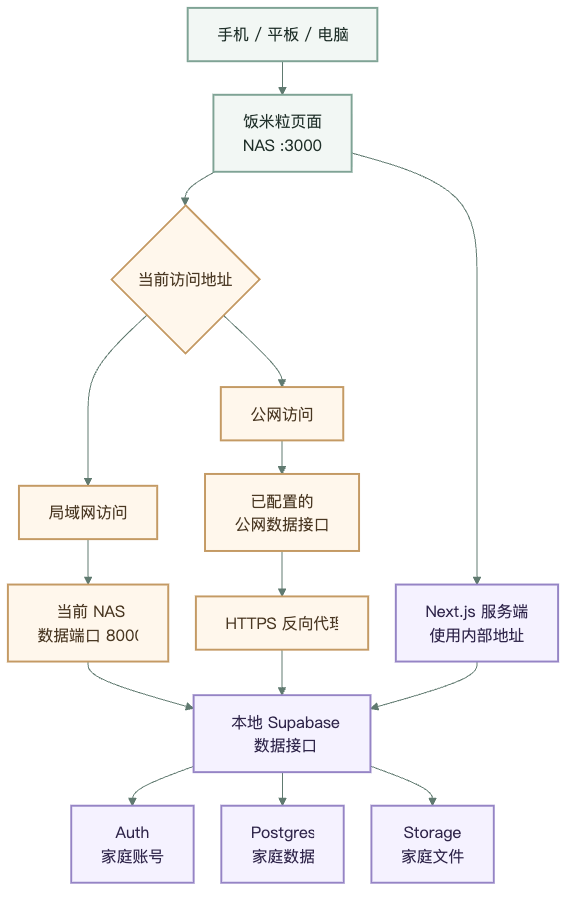
Earlier version of the Mermaid export docs/assets/local-supabase-mobile.png (sujianleo/Family). Its source is kept beside it as docs/local-supabase-mobile.mmd. The source it was exported from:
```mermaid
%%{init: {"theme": "base", "themeVariables": {"fontFamily": "system-ui, sans-serif", "primaryColor": "#F2F7F4", "primaryTextColor": "#20302A", "primaryBorderColor": "#7FA395", "lineColor": "#607A70", "secondaryColor": "#FFF7EC", "tertiaryColor": "#F5F2FF"}, "flowchart": {"curve": "basis", "nodeSpacing": 28, "rankSpacing": 34}}}%%
flowchart TB
  DEVICE["手机 / 平板 / 电脑"]
  APP["饭米粒页面<br/>NAS :3000"]
  PICK{"当前访问地址"}
  HOME["局域网访问"]
  AWAY["公网访问"]
  LAN["当前 NAS<br/>数据端口 8000　"]
  PUBLIC["已配置的<br/>公网数据接口"]
  PROXY["HTTPS 反向代理"]
  API["本地 Supabase　<br/>数据接口"]
  AUTH["Auth<br/>家庭账号"]
  DB["Postgres<br/>家庭数据"]
  STORAGE["Storage<br/>家庭文件"]
  SERVER["Next.js 服务端<br/>使用内部地址"]

  DEVICE --> APP
  APP --> PICK
  PICK --> HOME
  PICK --> AWAY
  HOME --> LAN
  AWAY --> PUBLIC
  PUBLIC --> PROXY
  LAN --> API
  PROXY --> API
  APP --> SERVER
  SERVER --> API
  API --> AUTH
  API --> DB
  API --> STORAGE

  classDef device fill:#F2F7F4,stroke:#7FA395,color:#20302A,stroke-width:2px;
  classDef route fill:#FFF7EC,stroke:#C49A64,color:#4A3823,stroke-width:2px;
  classDef service fill:#F5F2FF,stroke:#9584C5,color:#30264B,stroke-width:2px;
  class DEVICE,APP device;
  class PICK,HOME,AWAY,LAN,PUBLIC,PROXY route;
  class SERVER,API,AUTH,DB,STORAGE service;
```
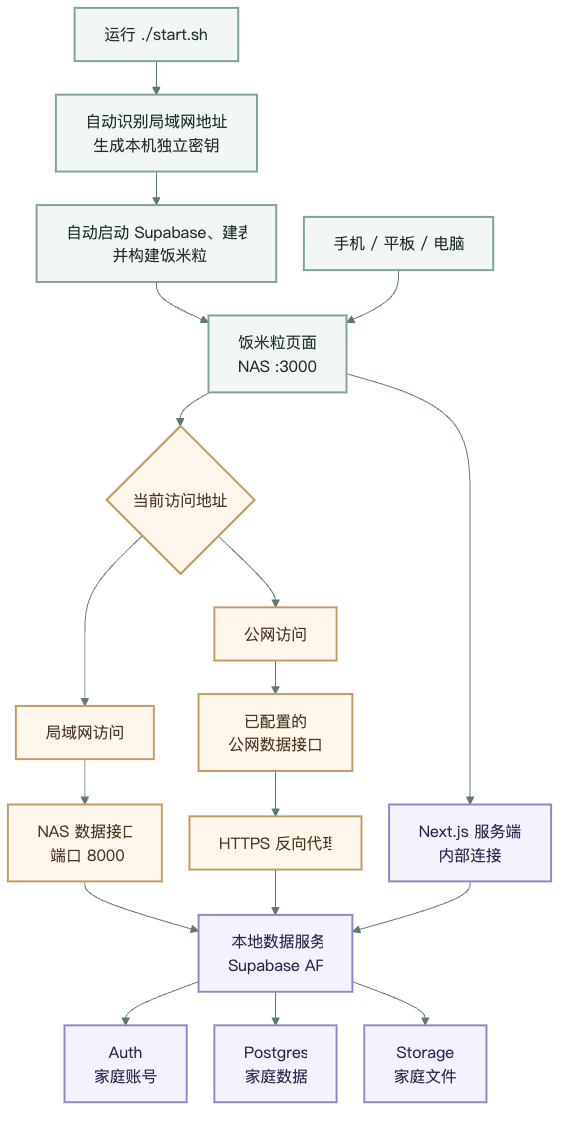
After the commit.

Change to the diagram source:
```diff
@@ -1,19 +1,23 @@
 %%{init: {"theme": "base", "themeVariables": {"fontFamily": "system-ui, sans-serif", "primaryColor": "#F2F7F4", "primaryTextColor": "#20302A", "primaryBorderColor": "#7FA395", "lineColor": "#607A70", "secondaryColor": "#FFF7EC", "tertiaryColor": "#F5F2FF"}, "flowchart": {"curve": "basis", "nodeSpacing": 28, "rankSpacing": 34}}}%%
 flowchart TB
+  START["运行 ./start.sh"]
+  BOOT["自动识别局域网地址<br/>生成本机独立密钥"]
+  READY["自动启动 Supabase、建表<br/>并构建饭米粒"]
   DEVICE["手机 / 平板 / 电脑"]
   APP["饭米粒页面<br/>NAS :3000"]
   PICK{"当前访问地址"}
   HOME["局域网访问"]
   AWAY["公网访问"]
-  LAN["当前 NAS<br/>数据端口 8000　"]
+  LAN["NAS 数据接口<br/>端口 8000"]
   PUBLIC["已配置的<br/>公网数据接口"]
   PROXY["HTTPS 反向代理"]
-  API["本地 Supabase　<br/>数据接口"]
+  API["本地数据服务<br/>Supabase API"]
   AUTH["Auth<br/>家庭账号"]
   DB["Postgres<br/>家庭数据"]
   STORAGE["Storage<br/>家庭文件"]
-  SERVER["Next.js 服务端<br/>使用内部地址"]
+  SERVER["Next.js 服务端<br/>内部连接"]
 
+  START --> BOOT --> READY --> APP
   DEVICE --> APP
   APP --> PICK
   PICK --> HOME
@@ -32,6 +36,6 @@
   classDef device fill:#F2F7F4,stroke:#7FA395,color:#20302A,stroke-width:2px;
   classDef route fill:#FFF7EC,stroke:#C49A64,color:#4A3823,stroke-width:2px;
   classDef service fill:#F5F2FF,stroke:#9584C5,color:#30264B,stroke-width:2px;
-  class DEVICE,APP device;
+  class START,BOOT,READY,DEVICE,APP device;
   class PICK,HOME,AWAY,LAN,PUBLIC,PROXY route;
   class SERVER,API,AUTH,DB,STORAGE service;
```
